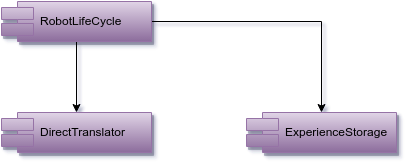
Earlier version of the draw.io export doc/HLD_Component_RobotLifeCycle.png (research-team/robot-dream). Source tidied: cells renumbered, new cells last; positions are measured from the earlier drawing's top-left corner, leaving out a move shared by most shapes.
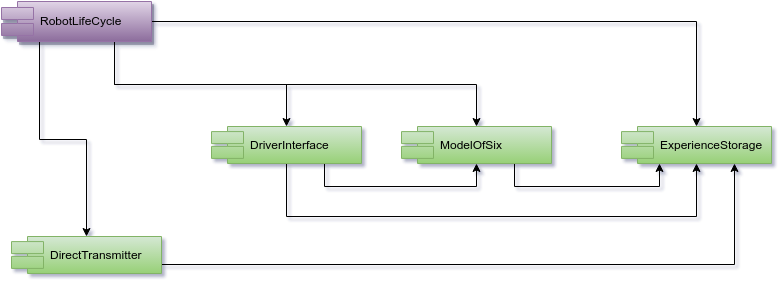
The same file after the commit.

Commit message:
HLD: updated component diagram

Diff of the diagram source:
```diff
@@ -2,20 +2,77 @@
   <root>
     <mxCell id="0" />
     <mxCell id="1" parent="0" />
-    <mxCell id="2" value="DirectTranslator" style="shape=component;align=left;spacingLeft=36;plain-purple;shadow=1;" parent="1" vertex="1">
-      <mxGeometry y="111" width="150" height="40" as="geometry" />
+    <mxCell id="2" style="edgeStyle=orthogonalEdgeStyle;rounded=0;html=1;jettySize=auto;entryX=0.5;entryY=0;exitX=0.75;exitY=1;" parent="1" edge="1" source="6" target="9">
+      <mxGeometry x="143" y="55" as="geometry">
+        <Array as="points">
+          <mxPoint x="113" y="83" />
+          <mxPoint x="285" y="83" />
+        </Array>
+      </mxGeometry>
     </mxCell>
-    <mxCell id="3" value="ExperienceStorage" style="shape=component;align=left;spacingLeft=36;plain-purple;shadow=1;" parent="1" vertex="1">
-      <mxGeometry x="245" y="111" width="150" height="40" as="geometry" />
+    <mxCell id="3" style="edgeStyle=orthogonalEdgeStyle;rounded=0;html=1;entryX=0.5;entryY=0;jettySize=auto;" parent="1" edge="1" source="6" target="10">
+      <mxGeometry x="180" y="35" as="geometry">
+        <Array as="points">
+          <mxPoint x="695" y="20" />
+        </Array>
+      </mxGeometry>
     </mxCell>
-    <mxCell id="4" style="edgeStyle=orthogonalEdgeStyle;rounded=0;html=1;jettySize=auto;" parent="1" edge="1" source="6" target="2">
-      <mxGeometry x="105" y="55" as="geometry" />
+    <mxCell id="4" style="edgeStyle=orthogonalEdgeStyle;rounded=0;html=1;exitX=0.75;exitY=1;endArrow=classic;endFill=1;jettySize=auto;" parent="1" edge="1" source="6" target="14">
+      <mxGeometry x="143" y="55" as="geometry" />
     </mxCell>
-    <mxCell id="5" style="edgeStyle=orthogonalEdgeStyle;rounded=0;html=1;entryX=0.5;entryY=0;jettySize=auto;" parent="1" edge="1" source="6" target="3">
-      <mxGeometry x="180" y="35" as="geometry" />
+    <mxCell id="5" style="edgeStyle=orthogonalEdgeStyle;rounded=0;html=1;exitX=0.25;exitY=1;entryX=0.5;entryY=0;endArrow=classic;endFill=1;jettySize=auto;" parent="1" edge="1" source="6" target="12">
+      <mxGeometry x="68" y="55" as="geometry">
+        <Array as="points">
+          <mxPoint x="38" y="138" />
+          <mxPoint x="85" y="138" />
+        </Array>
+      </mxGeometry>
     </mxCell>
     <mxCell id="6" value="RobotLifeCycle" style="shape=component;align=left;spacingLeft=36;plain-purple;shadow=1;" parent="1" vertex="1">
       <mxGeometry width="150" height="40" as="geometry" />
     </mxCell>
+    <mxCell id="7" style="edgeStyle=orthogonalEdgeStyle;rounded=0;html=1;exitX=0.5;exitY=1;entryX=0.5;entryY=1;endArrow=classic;endFill=1;jettySize=auto;" parent="1" edge="1" source="9" target="10">
+      <mxGeometry x="315" y="177" as="geometry">
+        <Array as="points">
+          <mxPoint x="285" y="215" />
+          <mxPoint x="695" y="215" />
+        </Array>
+      </mxGeometry>
+    </mxCell>
+    <mxCell id="8" style="edgeStyle=orthogonalEdgeStyle;rounded=0;html=1;exitX=0.75;exitY=1;entryX=0.5;entryY=1;endArrow=classic;endFill=1;jettySize=auto;" parent="1" edge="1" source="9" target="14">
+      <mxGeometry x="353" y="177" as="geometry">
+        <Array as="points">
+          <mxPoint x="323" y="185" />
+          <mxPoint x="475" y="185" />
+        </Array>
+      </mxGeometry>
+    </mxCell>
+    <mxCell id="9" value="DriverInterface" style="shape=component;align=left;spacingLeft=36;plain-green;" parent="1" vertex="1">
+      <mxGeometry x="210" y="125" width="150" height="37" as="geometry" />
+    </mxCell>
+    <mxCell id="10" value="ExperienceStorage" style="shape=component;align=left;spacingLeft=36;plain-green;" parent="1" vertex="1">
+      <mxGeometry x="620" y="125" width="150" height="37" as="geometry" />
+    </mxCell>
+    <mxCell id="11" style="edgeStyle=orthogonalEdgeStyle;rounded=0;html=1;exitX=1;exitY=0.75;endArrow=classic;endFill=1;jettySize=auto;entryX=0.75;entryY=1;" parent="1" edge="1" source="12" target="10">
+      <mxGeometry x="190" y="177" as="geometry">
+        <Array as="points">
+          <mxPoint x="733" y="263" />
+        </Array>
+      </mxGeometry>
+    </mxCell>
+    <mxCell id="12" value="DirectTransmitter" style="shape=component;align=left;spacingLeft=36;plain-green;" parent="1" vertex="1">
+      <mxGeometry x="10" y="235" width="150" height="37" as="geometry" />
+    </mxCell>
+    <mxCell id="13" style="edgeStyle=orthogonalEdgeStyle;rounded=0;html=1;exitX=0.75;exitY=1;entryX=0.25;entryY=1;endArrow=classic;endFill=1;jettySize=auto;" parent="1" edge="1" source="14" target="10">
+      <mxGeometry x="543" y="177" as="geometry">
+        <Array as="points">
+          <mxPoint x="513" y="185" />
+          <mxPoint x="658" y="185" />
+        </Array>
+      </mxGeometry>
+    </mxCell>
+    <mxCell id="14" value="ModelOfSix" style="shape=component;align=left;spacingLeft=36;plain-green;" parent="1" vertex="1">
+      <mxGeometry x="400" y="125" width="150" height="37" as="geometry" />
+    </mxCell>
   </root>
 </mxGraphModel>
```
